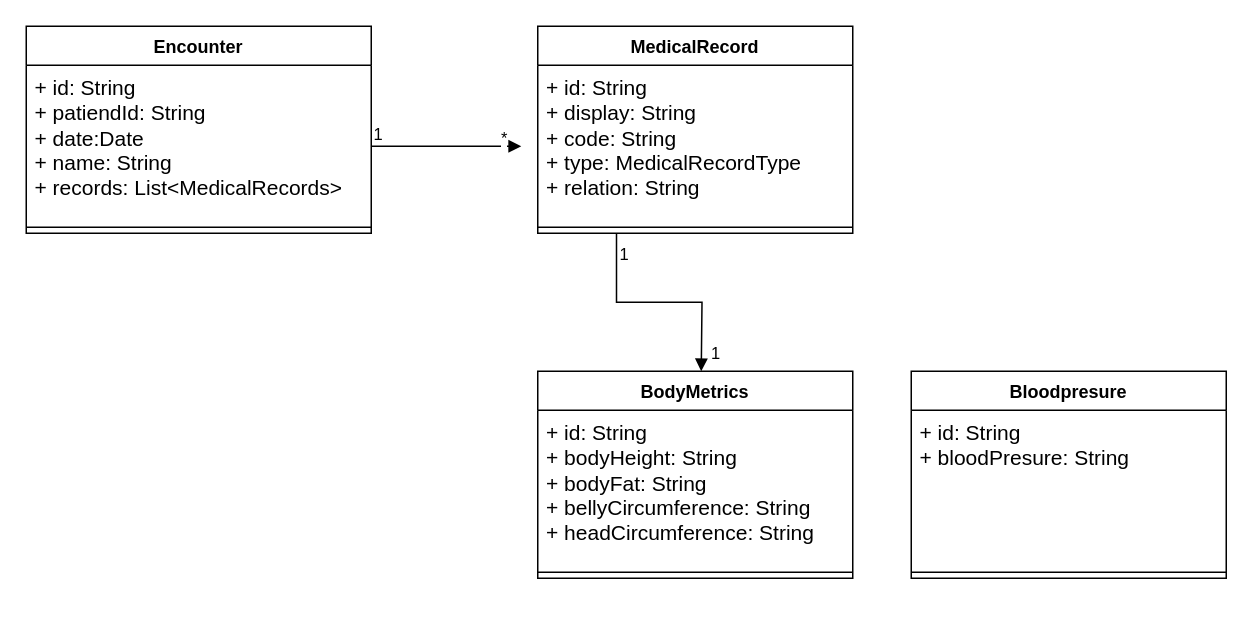
goafabric/core-service keeps this draw.io diagram as doc/diagrams/Datamodel.drawio. Above is the earlier version. Source tidied: cells renumbered, new cells numbered last; positions are measured from the earlier drawing's top-left corner, leaving out a move shared by most shapes. Both pictures are drawn from the tidied source at 150%, with x=0, y=0 at pixel (26, 26).
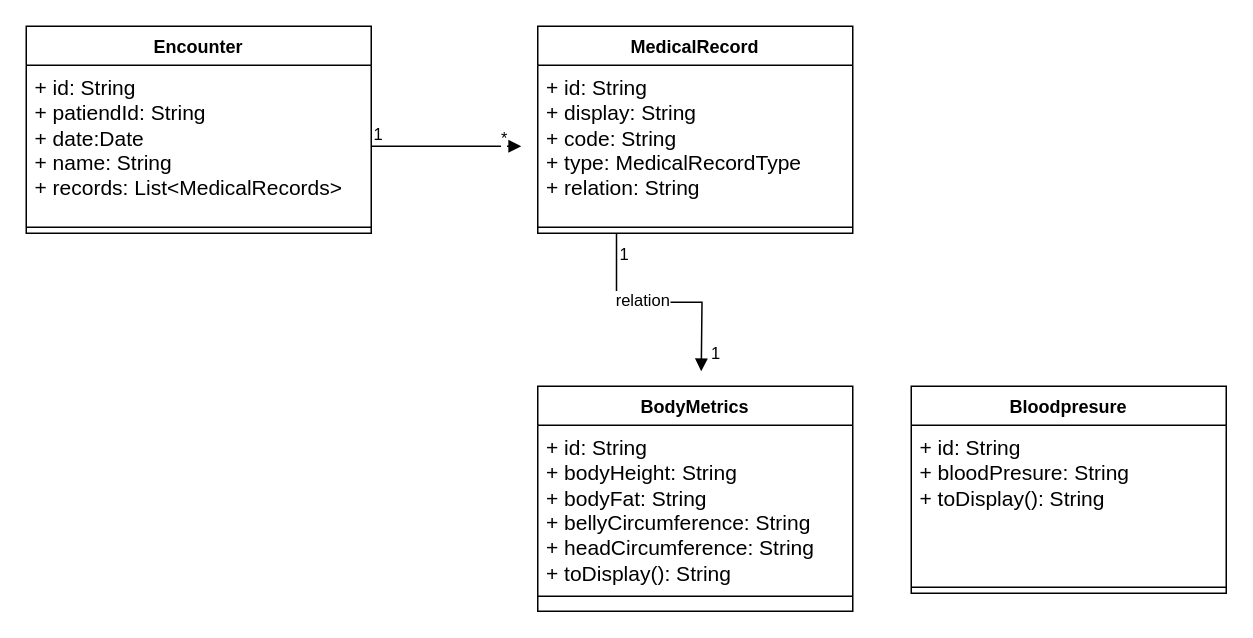
After the change.

The change refers to these unchanged cells:
```xml
<mxCell id="14" style="endArrow=block;endFill=1;html=1;edgeStyle=orthogonalEdgeStyle;align=left;verticalAlign=top;rounded=0;exitX=0.25;exitY=1;exitDx=0;exitDy=0;" parent="1" edge="1" source="2">
  <mxGeometry x="-1" relative="1" as="geometry">
    <mxPoint x="450" y="230" as="targetPoint" />
  </mxGeometry>
</mxCell>
```

What changed in the source:
```diff
@@
     <mxCell id="11" value="BodyMetrics" style="swimlane;fontStyle=1;align=center;verticalAlign=top;horizontal=1;startSize=26;whiteSpace=wrap;html=1;" parent="1" vertex="1">
-      <mxGeometry x="341" y="230" width="210" height="138" as="geometry" />
+      <mxGeometry x="341" y="240" width="210" height="150" as="geometry" />
     </mxCell>
-    <mxCell id="12" value="&lt;font style=&quot;font-size: 14px;&quot;&gt;+ id: String&lt;br&gt;+ bodyHeight: String&lt;br&gt;+ bodyFat: String&lt;br&gt;+ bellyCircumference&lt;span style=&quot;background-color: initial;&quot;&gt;: String&lt;/span&gt;&lt;br&gt;+ headCircumference&lt;span style=&quot;background-color: initial;&quot;&gt;: String&lt;/span&gt;&lt;br&gt;&lt;/font&gt;" style="text;strokeColor=none;fillColor=none;align=left;verticalAlign=top;spacingLeft=4;spacingRight=4;overflow=hidden;whiteSpace=wrap;html=1;" parent="11" vertex="1">
+    <mxCell id="12" value="&lt;font style=&quot;font-size: 14px;&quot;&gt;+ id: String&lt;br&gt;+ bodyHeight: String&lt;br&gt;+ bodyFat: String&lt;br&gt;+ bellyCircumference&lt;span style=&quot;background-color: initial;&quot;&gt;: String&lt;/span&gt;&lt;br&gt;+ headCircumference&lt;span style=&quot;background-color: initial;&quot;&gt;: String&lt;br&gt;&lt;/span&gt;+ toDisplay(): String&lt;br&gt;&lt;/font&gt;" style="text;strokeColor=none;fillColor=none;align=left;verticalAlign=top;spacingLeft=4;spacingRight=4;overflow=hidden;whiteSpace=wrap;html=1;" parent="11" vertex="1">
       <mxGeometry y="26" width="210" height="104" as="geometry" />
     </mxCell>
     <mxCell id="13" style="line;strokeWidth=1;fillColor=none;align=left;verticalAlign=middle;spacingTop=-1;spacingLeft=3;spacingRight=3;labelPosition=right;strokeColor=inherit;" parent="11" vertex="1">
-      <mxGeometry y="130" width="210" height="8" as="geometry" />
+      <mxGeometry y="130" width="210" height="20" as="geometry" />
     </mxCell>
@@
+    <mxCell id="20" value="relation" style="edgeLabel;html=1;align=center;verticalAlign=middle;" parent="14" vertex="1">
+      <mxGeometry x="-0.15" y="2" relative="1" as="geometry" />
+    </mxCell>
@@
     <mxCell id="17" value="Bloodpresure" style="swimlane;fontStyle=1;align=center;verticalAlign=top;horizontal=1;startSize=26;whiteSpace=wrap;html=1;" parent="1" vertex="1">
-      <mxGeometry x="590" y="230" width="210" height="138" as="geometry" />
+      <mxGeometry x="590" y="240" width="210" height="138" as="geometry" />
     </mxCell>
-    <mxCell id="18" value="&lt;font style=&quot;font-size: 14px;&quot;&gt;+ id: String&lt;br&gt;+ bloodPresure: String&lt;br&gt;&lt;/font&gt;" style="text;strokeColor=none;fillColor=none;align=left;verticalAlign=top;spacingLeft=4;spacingRight=4;overflow=hidden;whiteSpace=wrap;html=1;" parent="17" vertex="1">
+    <mxCell id="18" value="&lt;font style=&quot;font-size: 14px;&quot;&gt;+ id: String&lt;br&gt;+ bloodPresure: String&lt;br&gt;+ toDisplay(): String&lt;br&gt;&lt;/font&gt;" style="text;strokeColor=none;fillColor=none;align=left;verticalAlign=top;spacingLeft=4;spacingRight=4;overflow=hidden;whiteSpace=wrap;html=1;" parent="17" vertex="1">
       <mxGeometry y="26" width="210" height="104" as="geometry" />
     </mxCell>
```
